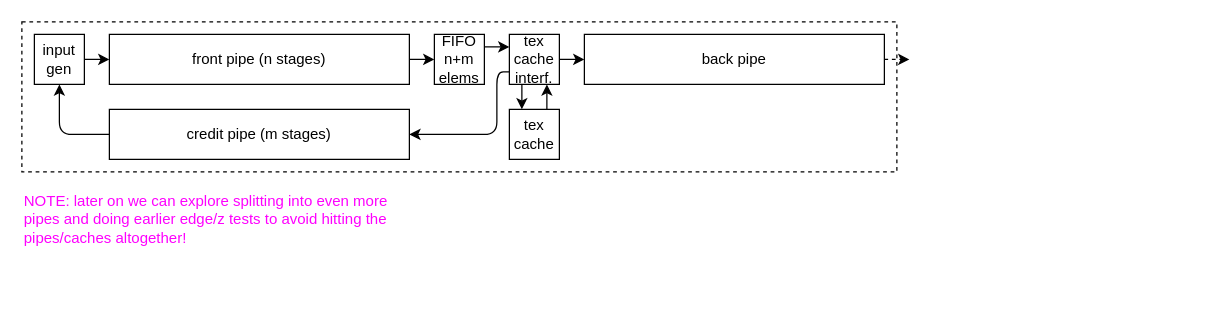
Before: doc/color-thrust-pipes.drawio in xenowing/xenowing, a draw.io diagram. Source tidied: cells renumbered, new cells numbered last; positions are measured from the earlier drawing's top-left corner, leaving out a move shared by most shapes. Both pictures are drawn from the tidied source at 125%, with x=0, y=0 at pixel (21, 21).
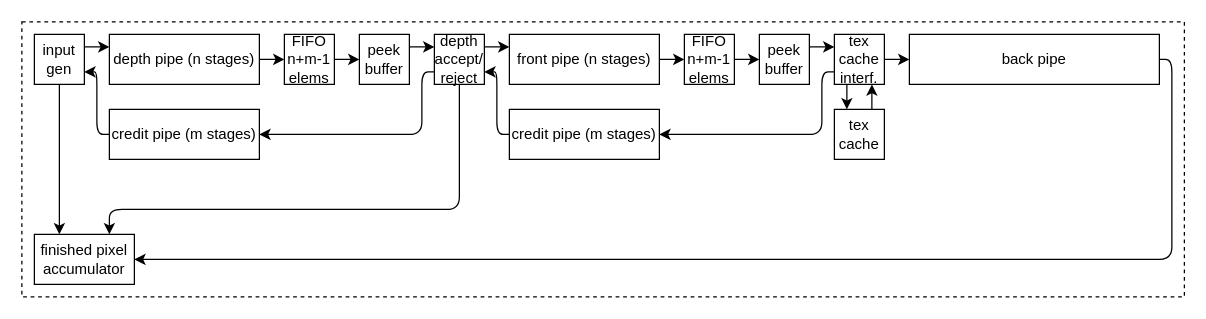
Above is the later version.

Commit message (it also covers changes not shown here):
Update color thrust pipe doc

This includes a separated depth pipe so we can do that test right away, and potentially avoid shipping pixels into the texture pipes. Additionally, the input generator can choose to discard pixels based on the edge test, which we can do before we even push to the depth pipe. So we should be able to drop a lot of pixels, potentially even behind a tex cache stall, which is pretty rad.

Unchanged cells that the change refers to:
```xml
<mxCell id="11" value="input gen" style="rounded=0;whiteSpace=wrap;html=1;" parent="1" vertex="1">
  <mxGeometry x="10" y="10" width="40" height="40" as="geometry" />
</mxCell>
```

The edit, as a diff of the source:
```diff
@@
     <mxCell id="2" style="rounded=0;whiteSpace=wrap;html=1;dashed=1;" parent="1" vertex="1">
-      <mxGeometry width="700" height="120" as="geometry" />
+      <mxGeometry width="930" height="220" as="geometry" />
     </mxCell>
     <mxCell id="3" value="front pipe (n stages)" style="rounded=0;whiteSpace=wrap;html=1;" parent="1" vertex="1">
-      <mxGeometry x="70" y="10" width="240" height="40" as="geometry" />
+      <mxGeometry x="390" y="10" width="120" height="40" as="geometry" />
     </mxCell>
     <mxCell id="4" value="back pipe" style="rounded=0;whiteSpace=wrap;html=1;" parent="1" vertex="1">
-      <mxGeometry x="450" y="10" width="240" height="40" as="geometry" />
+      <mxGeometry x="710" y="10" width="200" height="40" as="geometry" />
     </mxCell>
-    <mxCell id="5" value="FIFO&lt;br&gt;n+m elems" style="rounded=0;whiteSpace=wrap;html=1;" parent="1" vertex="1">
-      <mxGeometry x="330" y="10" width="40" height="40" as="geometry" />
+    <mxCell id="5" value="peek buffer" style="rounded=0;whiteSpace=wrap;html=1;" parent="1" vertex="1">
+      <mxGeometry x="590" y="10" width="40" height="40" as="geometry" />
     </mxCell>
-    <mxCell id="6" style="endArrow=classic;html=1;entryX=0;entryY=0.5;entryDx=0;entryDy=0;exitX=1;exitY=0.5;exitDx=0;exitDy=0;" parent="1" edge="1" source="11" target="3">
+    <mxCell id="6" style="endArrow=classic;html=1;exitX=1;exitY=0.25;exitDx=0;exitDy=0;entryX=0;entryY=0.25;entryDx=0;entryDy=0;" parent="1" edge="1" source="11" target="23">
       <mxGeometry relative="1" as="geometry" />
     </mxCell>
-    <mxCell id="7" style="endArrow=classic;html=1;exitX=1;exitY=0.5;exitDx=0;exitDy=0;entryX=0;entryY=0.5;entryDx=0;entryDy=0;" parent="1" edge="1" source="3" target="5">
-      <mxGeometry relative="1" as="geometry" />
-    </mxCell>
-    <mxCell id="8" style="endArrow=classic;html=1;exitX=1;exitY=0.5;exitDx=0;exitDy=0;dashed=1;" parent="1" edge="1" source="4">
-      <mxGeometry relative="1" as="geometry">
-        <mxPoint x="710" y="30" as="targetPoint" />
-      </mxGeometry>
-    </mxCell>
@@
     <mxCell id="10" value="tex cache" style="rounded=0;whiteSpace=wrap;html=1;" parent="1" vertex="1">
-      <mxGeometry x="390" y="70" width="40" height="40" as="geometry" />
+      <mxGeometry x="650" y="70" width="40" height="40" as="geometry" />
     </mxCell>
@@
     <mxCell id="12" value="tex cache interf." style="rounded=0;whiteSpace=wrap;html=1;" parent="1" vertex="1">
-      <mxGeometry x="390" y="10" width="40" height="40" as="geometry" />
+      <mxGeometry x="650" y="10" width="40" height="40" as="geometry" />
     </mxCell>
@@
     <mxCell id="15" style="endArrow=classic;html=1;exitX=1;exitY=0.5;exitDx=0;exitDy=0;entryX=0;entryY=0.5;entryDx=0;entryDy=0;" parent="1" edge="1" target="4">
       <mxGeometry relative="1" as="geometry">
-        <mxPoint x="430" y="30" as="sourcePoint" />
+        <mxPoint x="690" y="30" as="sourcePoint" />
       </mxGeometry>
     </mxCell>
     <mxCell id="16" value="credit pipe (m stages)" style="rounded=0;whiteSpace=wrap;html=1;" parent="1" vertex="1">
-      <mxGeometry x="70" y="70" width="240" height="40" as="geometry" />
+      <mxGeometry x="390" y="70" width="120" height="40" as="geometry" />
     </mxCell>
-    <mxCell id="17" style="endArrow=classic;html=1;entryX=0.5;entryY=1;entryDx=0;entryDy=0;exitX=0;exitY=0.5;exitDx=0;exitDy=0;" parent="1" edge="1" source="16" target="11">
+    <mxCell id="17" style="endArrow=classic;html=1;entryX=1;entryY=0.75;entryDx=0;entryDy=0;" parent="1" edge="1" target="11">
       <mxGeometry relative="1" as="geometry">
+        <mxPoint x="70" y="90" as="sourcePoint" />
         <Array as="points">
-          <mxPoint x="30" y="90" />
+          <mxPoint x="60" y="90" />
+          <mxPoint x="60" y="40" />
         </Array>
       </mxGeometry>
     </mxCell>
     <mxCell id="18" style="endArrow=classic;html=1;exitX=0;exitY=0.75;exitDx=0;exitDy=0;entryX=1;entryY=0.5;entryDx=0;entryDy=0;" parent="1" edge="1" source="12" target="16">
       <mxGeometry relative="1" as="geometry">
         <Array as="points">
-          <mxPoint x="380" y="40" />
-          <mxPoint x="380" y="90" />
+          <mxPoint x="640" y="40" />
+          <mxPoint x="640" y="90" />
         </Array>
       </mxGeometry>
     </mxCell>
-    <mxCell id="19" value="NOTE: later on we can explore splitting into even more pipes and doing earlier edge/z tests to avoid hitting the pipes/caches altogether!" style="text;html=1;strokeColor=none;fillColor=none;align=left;verticalAlign=top;whiteSpace=wrap;rounded=0;dashed=1;fontColor=#FF00FF;" parent="1" vertex="1">
-      <mxGeometry y="130" width="310" height="60" as="geometry" />
-    </mxCell>
+    <mxCell id="20" value="FIFO&lt;br&gt;n+m-1 elems" style="rounded=0;whiteSpace=wrap;html=1;" parent="1" vertex="1">
+      <mxGeometry x="530" y="10" width="40" height="40" as="geometry" />
+    </mxCell>
+    <mxCell id="21" style="endArrow=classic;html=1;fontColor=#FF00FF;exitX=1;exitY=0.5;exitDx=0;exitDy=0;entryX=0;entryY=0.5;entryDx=0;entryDy=0;" parent="1" edge="1" source="3" target="20">
+      <mxGeometry relative="1" as="geometry" />
+    </mxCell>
+    <mxCell id="22" style="endArrow=classic;html=1;fontColor=#FF00FF;entryX=0;entryY=0.5;entryDx=0;entryDy=0;exitX=1;exitY=0.5;exitDx=0;exitDy=0;" parent="1" edge="1" source="20" target="5">
+      <mxGeometry relative="1" as="geometry" />
+    </mxCell>
+    <mxCell id="23" value="depth pipe (n stages)" style="rounded=0;whiteSpace=wrap;html=1;" parent="1" vertex="1">
+      <mxGeometry x="70" y="10" width="120" height="40" as="geometry" />
+    </mxCell>
+    <mxCell id="24" value="peek buffer" style="rounded=0;whiteSpace=wrap;html=1;" parent="1" vertex="1">
+      <mxGeometry x="270" y="10" width="40" height="40" as="geometry" />
+    </mxCell>
+    <mxCell id="25" style="endArrow=classic;html=1;entryX=0;entryY=0.25;entryDx=0;entryDy=0;exitX=1;exitY=0.25;exitDx=0;exitDy=0;exitPerimeter=0;" parent="1" edge="1" source="24" target="26">
+      <mxGeometry relative="1" as="geometry" />
+    </mxCell>
+    <mxCell id="26" value="depth accept/&lt;br&gt;reject" style="rounded=0;whiteSpace=wrap;html=1;" parent="1" vertex="1">
+      <mxGeometry x="330" y="10" width="40" height="40" as="geometry" />
+    </mxCell>
+    <mxCell id="27" value="credit pipe (m stages)" style="rounded=0;whiteSpace=wrap;html=1;" parent="1" vertex="1">
+      <mxGeometry x="70" y="70" width="120" height="40" as="geometry" />
+    </mxCell>
+    <mxCell id="28" style="endArrow=classic;html=1;exitX=0;exitY=0.75;exitDx=0;exitDy=0;entryX=1;entryY=0.5;entryDx=0;entryDy=0;" parent="1" edge="1" source="26" target="27">
+      <mxGeometry relative="1" as="geometry">
+        <Array as="points">
+          <mxPoint x="320" y="40" />
+          <mxPoint x="320" y="90" />
+        </Array>
+      </mxGeometry>
+    </mxCell>
+    <mxCell id="29" value="FIFO&lt;br&gt;n+m-1 elems" style="rounded=0;whiteSpace=wrap;html=1;" parent="1" vertex="1">
+      <mxGeometry x="210" y="10" width="40" height="40" as="geometry" />
+    </mxCell>
+    <mxCell id="30" style="endArrow=classic;html=1;fontColor=#FF00FF;exitX=1;exitY=0.5;exitDx=0;exitDy=0;entryX=0;entryY=0.5;entryDx=0;entryDy=0;" parent="1" edge="1" source="23" target="29">
+      <mxGeometry relative="1" as="geometry" />
+    </mxCell>
+    <mxCell id="31" style="endArrow=classic;html=1;fontColor=#FF00FF;entryX=0;entryY=0.5;entryDx=0;entryDy=0;exitX=1;exitY=0.5;exitDx=0;exitDy=0;" parent="1" edge="1" source="29" target="24">
+      <mxGeometry relative="1" as="geometry" />
+    </mxCell>
+    <mxCell id="32" style="endArrow=classic;html=1;fontColor=#FF00FF;exitX=1;exitY=0.25;exitDx=0;exitDy=0;entryX=0;entryY=0.25;entryDx=0;entryDy=0;" parent="1" edge="1" source="26" target="3">
+      <mxGeometry relative="1" as="geometry" />
+    </mxCell>
+    <mxCell id="33" style="endArrow=classic;html=1;fontColor=#FF00FF;entryX=1;entryY=0.75;entryDx=0;entryDy=0;exitX=0;exitY=0.5;exitDx=0;exitDy=0;" parent="1" edge="1" source="16" target="26">
+      <mxGeometry relative="1" as="geometry">
+        <Array as="points">
+          <mxPoint x="380" y="90" />
+          <mxPoint x="380" y="40" />
+        </Array>
+      </mxGeometry>
+    </mxCell>
+    <mxCell id="34" value="finished pixel accumulator" style="rounded=0;whiteSpace=wrap;html=1;align=center;" parent="1" vertex="1">
+      <mxGeometry x="10" y="170" width="80" height="40" as="geometry" />
+    </mxCell>
+    <mxCell id="35" style="endArrow=classic;html=1;fontColor=#000000;exitX=0.5;exitY=1;exitDx=0;exitDy=0;entryX=0.25;entryY=0;entryDx=0;entryDy=0;" parent="1" edge="1" source="11" target="34">
+      <mxGeometry relative="1" as="geometry" />
+    </mxCell>
+    <mxCell id="36" style="endArrow=classic;html=1;fontColor=#000000;exitX=0.5;exitY=1;exitDx=0;exitDy=0;entryX=0.75;entryY=0;entryDx=0;entryDy=0;" parent="1" edge="1" source="26" target="34">
+      <mxGeometry relative="1" as="geometry">
+        <Array as="points">
+          <mxPoint x="350" y="150" />
+          <mxPoint x="70" y="150" />
+        </Array>
+      </mxGeometry>
+    </mxCell>
+    <mxCell id="37" style="endArrow=classic;html=1;fontColor=#000000;exitX=1;exitY=0.5;exitDx=0;exitDy=0;entryX=1;entryY=0.5;entryDx=0;entryDy=0;" parent="1" edge="1" source="4" target="34">
+      <mxGeometry relative="1" as="geometry">
+        <Array as="points">
+          <mxPoint x="920" y="30" />
+          <mxPoint x="920" y="190" />
+        </Array>
+      </mxGeometry>
+    </mxCell>
```
